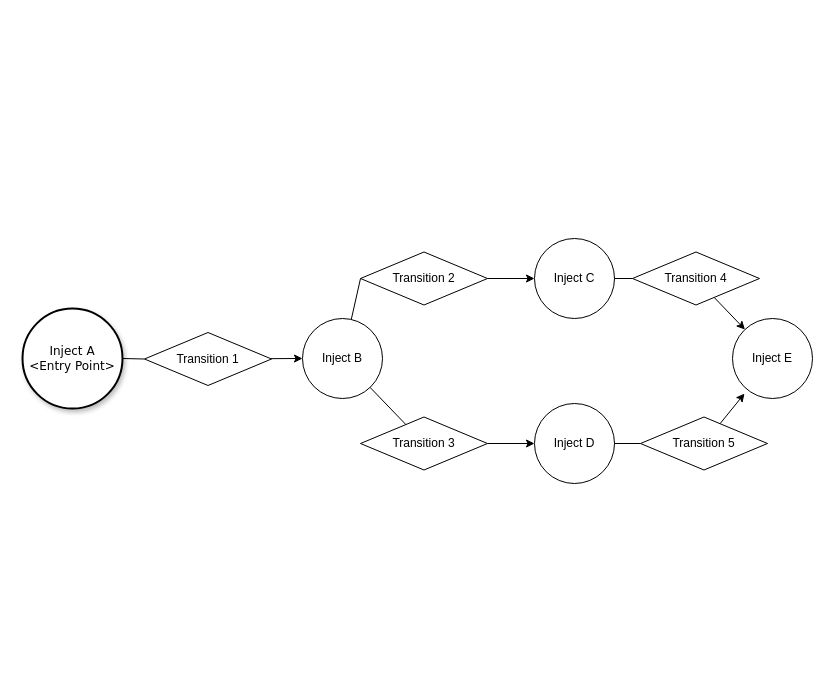
Above: page "Story 1" (1 of 4) of artefacts/requirements/examples/Example Scenario.drawio in Elias-Ladenburger/CSEP (draw.io), before the change. Source tidied: cells renumbered, new cells numbered last; positions are measured from the earlier drawing's top-left corner, leaving out a move shared by most shapes. Both pictures are drawn from the tidied source at 100%, with x=0, y=0 at pixel (22, 238).
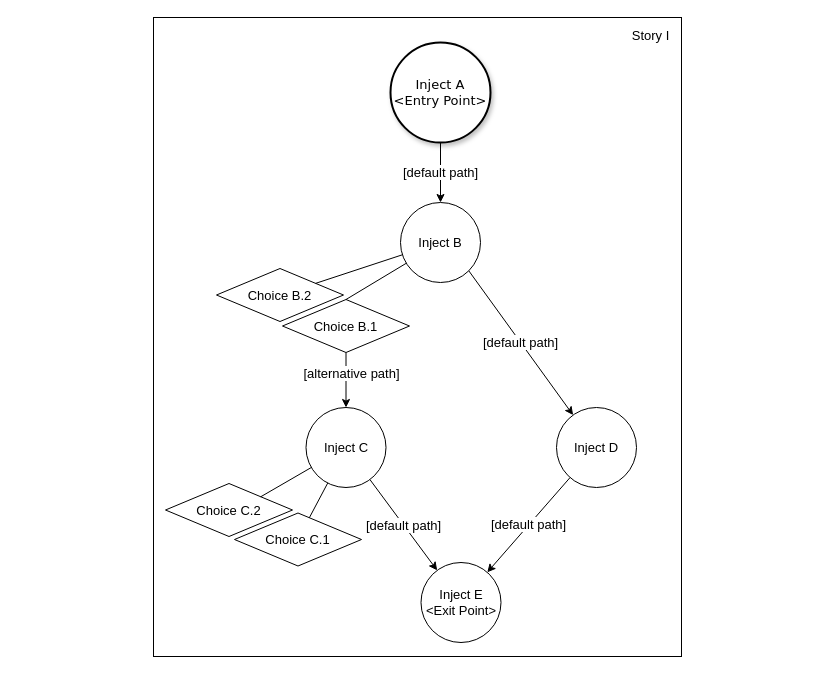
The same diagram, later.

The edit, as a diff of the source:
```diff
@@
+    <mxCell id="22" style="rounded=0;whiteSpace=wrap;html=1;fontSize=13;" parent="1" vertex="1">
+      <mxGeometry x="131" y="-221" width="528" height="639" as="geometry" />
+    </mxCell>
-    <mxCell id="2" value="Inject A&lt;br&gt;&amp;lt;Entry Point&amp;gt;" style="ellipse;whiteSpace=wrap;html=1;rounded=1;shadow=1;comic=0;labelBackgroundColor=none;strokeWidth=2;fontFamily=Verdana;fontSize=12;align=center;" parent="1" vertex="1">
-      <mxGeometry y="70" width="100" height="100" as="geometry" />
+    <mxCell id="2" value="Inject A&lt;br style=&quot;font-size: 13px;&quot;&gt;&amp;lt;Entry Point&amp;gt;" style="ellipse;whiteSpace=wrap;html=1;rounded=1;shadow=1;comic=0;labelBackgroundColor=none;strokeWidth=2;fontFamily=Verdana;fontSize=13;align=center;" parent="1" vertex="1">
+      <mxGeometry x="368" y="-196" width="100" height="100" as="geometry" />
     </mxCell>
-    <mxCell id="3" style="rounded=0;jettySize=auto;html=1;entryX=0;entryY=0.5;entryDx=0;entryDy=0;startArrow=none;" parent="1" edge="1" source="14" target="9">
-      <mxGeometry relative="1" as="geometry" />
+    <mxCell id="3" value="[alternative path]" style="rounded=0;jettySize=auto;html=1;entryX=0.5;entryY=0;entryDx=0;entryDy=0;startArrow=none;fontSize=13;" parent="1" edge="1" source="14" target="9">
+      <mxGeometry x="-0.25" y="5" relative="1" as="geometry" />
     </mxCell>
-    <mxCell id="4" style="edgeStyle=none;rounded=0;jettySize=auto;html=1;startArrow=none;" parent="1" edge="1" source="16" target="11">
+    <mxCell id="4" value="[default path]" style="edgeStyle=none;rounded=0;jettySize=auto;html=1;startArrow=none;exitX=1;exitY=1;exitDx=0;exitDy=0;fontSize=13;" parent="1" edge="1" source="5" target="11">
       <mxGeometry relative="1" as="geometry" />
     </mxCell>
-    <mxCell id="5" value="Inject B" style="ellipse;whiteSpace=wrap;html=1;" parent="1" vertex="1">
-      <mxGeometry x="280" y="80" width="80" height="80" as="geometry" />
+    <mxCell id="5" value="Inject B" style="ellipse;whiteSpace=wrap;html=1;fontSize=13;" parent="1" vertex="1">
+      <mxGeometry x="378" y="-36" width="80" height="80" as="geometry" />
     </mxCell>
-    <mxCell id="6" style="endArrow=classic;html=1;entryX=0;entryY=0.5;entryDx=0;entryDy=0;startArrow=none;" parent="1" edge="1" source="12" target="5">
+    <mxCell id="6" value="[default path]" style="endArrow=classic;html=1;entryX=0.5;entryY=0;entryDx=0;entryDy=0;startArrow=none;exitX=0.5;exitY=1;exitDx=0;exitDy=0;fontSize=13;" parent="1" edge="1" source="2" target="5">
       <mxGeometry relative="1" as="geometry" />
     </mxCell>
-    <mxCell id="7" value="Inject E" style="ellipse;whiteSpace=wrap;html=1;" parent="1" vertex="1">
-      <mxGeometry x="710" y="80" width="80" height="80" as="geometry" />
+    <mxCell id="7" value="Inject E&lt;br style=&quot;font-size: 13px;&quot;&gt;&amp;lt;Exit Point&amp;gt;" style="ellipse;whiteSpace=wrap;html=1;fontSize=13;" parent="1" vertex="1">
+      <mxGeometry x="398.5" y="324" width="80" height="80" as="geometry" />
     </mxCell>
-    <mxCell id="8" style="edgeStyle=none;rounded=0;jettySize=auto;html=1;startArrow=none;" parent="1" edge="1" source="18" target="7">
-      <mxGeometry relative="1" as="geometry" />
-    </mxCell>
+    <mxCell id="23" value="[default path]" style="edgeStyle=none;rounded=0;jettySize=auto;html=1;fontSize=13;" parent="1" edge="1" source="9" target="7">
+      <mxGeometry relative="1" as="geometry" />
+    </mxCell>
-    <mxCell id="9" value="Inject C" style="ellipse;whiteSpace=wrap;html=1;" parent="1" vertex="1">
-      <mxGeometry x="512" width="80" height="80" as="geometry" />
+    <mxCell id="9" value="Inject C" style="ellipse;whiteSpace=wrap;html=1;fontSize=13;" parent="1" vertex="1">
+      <mxGeometry x="283.5" y="169" width="80" height="80" as="geometry" />
     </mxCell>
-    <mxCell id="10" style="edgeStyle=none;rounded=0;jettySize=auto;html=1;entryX=0.15;entryY=0.938;entryDx=0;entryDy=0;entryPerimeter=0;startArrow=none;" parent="1" edge="1" source="20" target="7">
-      <mxGeometry relative="1" as="geometry" />
-    </mxCell>
+    <mxCell id="24" value="[default path]" style="edgeStyle=none;rounded=0;jettySize=auto;html=1;fontSize=13;" parent="1" edge="1" source="11" target="7">
+      <mxGeometry relative="1" as="geometry" />
+    </mxCell>
-    <mxCell id="11" value="Inject D" style="ellipse;whiteSpace=wrap;html=1;" parent="1" vertex="1">
-      <mxGeometry x="512" y="165" width="80" height="80" as="geometry" />
+    <mxCell id="11" value="Inject D" style="ellipse;whiteSpace=wrap;html=1;fontSize=13;" parent="1" vertex="1">
+      <mxGeometry x="534" y="169" width="80" height="80" as="geometry" />
     </mxCell>
-    <mxCell id="12" value="Transition 1" style="rhombus;whiteSpace=wrap;html=1;" parent="1" vertex="1">
-      <mxGeometry x="122" y="94" width="127" height="53" as="geometry" />
-    </mxCell>
-    <mxCell id="13" style="endArrow=none;html=1;entryX=0;entryY=0.5;entryDx=0;entryDy=0;" parent="1" edge="1" source="2" target="12">
-      <mxGeometry relative="1" as="geometry" />
-    </mxCell>
-    <mxCell id="14" value="Transition 2" style="rhombus;whiteSpace=wrap;html=1;" parent="1" vertex="1">
-      <mxGeometry x="338" y="13.5" width="127" height="53" as="geometry" />
+    <mxCell id="14" value="Choice B.1" style="rhombus;whiteSpace=wrap;html=1;fontSize=13;" parent="1" vertex="1">
+      <mxGeometry x="260" y="61" width="127" height="53" as="geometry" />
     </mxCell>
-    <mxCell id="15" style="rounded=0;jettySize=auto;html=1;entryX=0;entryY=0.5;entryDx=0;entryDy=0;endArrow=none;" parent="1" edge="1" source="5" target="14">
+    <mxCell id="15" style="rounded=0;jettySize=auto;html=1;entryX=0.5;entryY=0;entryDx=0;entryDy=0;endArrow=none;fontSize=13;" parent="1" edge="1" source="5" target="14">
       <mxGeometry relative="1" as="geometry" />
     </mxCell>
-    <mxCell id="16" value="Transition 3" style="rhombus;whiteSpace=wrap;html=1;" parent="1" vertex="1">
-      <mxGeometry x="338" y="178.5" width="127" height="53" as="geometry" />
+    <mxCell id="16" value="Choice B.2" style="rhombus;whiteSpace=wrap;html=1;fontSize=13;" parent="1" vertex="1">
+      <mxGeometry x="194" y="30" width="127" height="53" as="geometry" />
     </mxCell>
-    <mxCell id="17" style="edgeStyle=none;rounded=0;jettySize=auto;html=1;endArrow=none;" parent="1" edge="1" source="5" target="16">
+    <mxCell id="17" style="edgeStyle=none;rounded=0;jettySize=auto;html=1;endArrow=none;fontSize=13;" parent="1" edge="1" source="5" target="16">
       <mxGeometry relative="1" as="geometry" />
     </mxCell>
-    <mxCell id="18" value="Transition 4" style="rhombus;whiteSpace=wrap;html=1;" parent="1" vertex="1">
-      <mxGeometry x="610" y="13.5" width="127" height="53" as="geometry" />
+    <mxCell id="18" value="Choice C.1" style="rhombus;whiteSpace=wrap;html=1;fontSize=13;" parent="1" vertex="1">
+      <mxGeometry x="212" y="274.5" width="127" height="53" as="geometry" />
     </mxCell>
-    <mxCell id="19" style="edgeStyle=none;rounded=0;jettySize=auto;html=1;endArrow=none;" parent="1" edge="1" source="9" target="18">
+    <mxCell id="19" style="edgeStyle=none;rounded=0;jettySize=auto;html=1;endArrow=none;fontSize=13;" parent="1" edge="1" source="9" target="18">
       <mxGeometry relative="1" as="geometry" />
     </mxCell>
-    <mxCell id="20" value="Transition 5" style="rhombus;whiteSpace=wrap;html=1;" parent="1" vertex="1">
-      <mxGeometry x="618" y="178.5" width="127" height="53" as="geometry" />
+    <mxCell id="20" value="Choice C.2" style="rhombus;whiteSpace=wrap;html=1;fontSize=13;" parent="1" vertex="1">
+      <mxGeometry x="143" y="245" width="127" height="53" as="geometry" />
     </mxCell>
-    <mxCell id="21" style="edgeStyle=none;rounded=0;jettySize=auto;html=1;entryX=0;entryY=0.5;entryDx=0;entryDy=0;endArrow=none;" parent="1" edge="1" source="11" target="20">
+    <mxCell id="21" style="edgeStyle=none;rounded=0;jettySize=auto;html=1;endArrow=none;entryX=1;entryY=0;entryDx=0;entryDy=0;fontSize=13;" parent="1" edge="1" source="9" target="20">
       <mxGeometry relative="1" as="geometry" />
     </mxCell>
+    <mxCell id="25" value="Story I" style="text;html=1;align=center;verticalAlign=middle;strokeColor=none;fontSize=13;" parent="1" vertex="1">
+      <mxGeometry x="604" y="-213" width="48" height="20" as="geometry" />
+    </mxCell>
```
